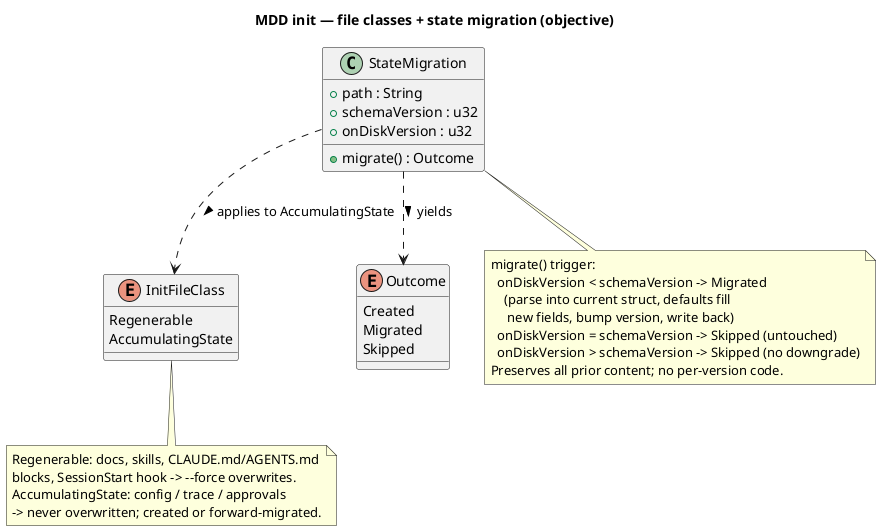
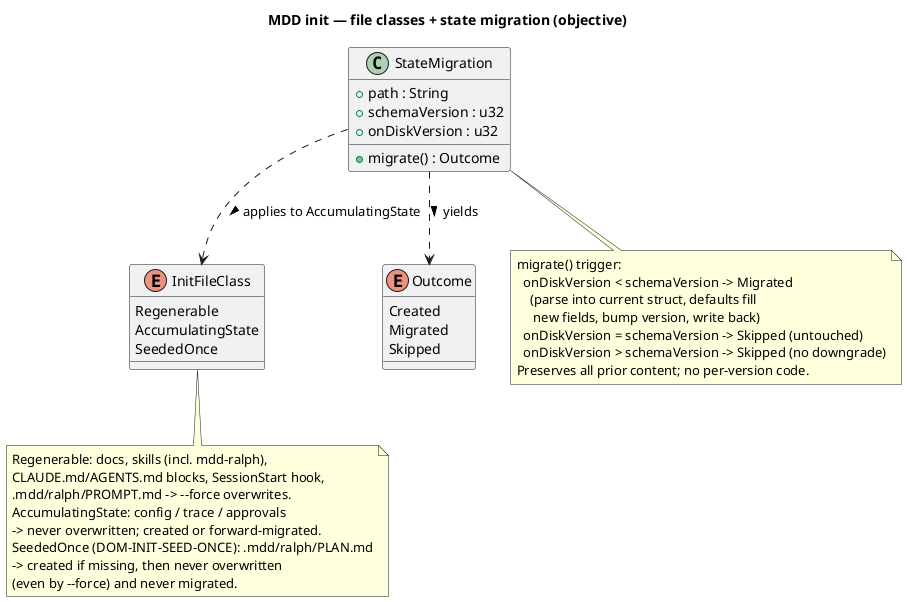
@startuml
' @id(DOM-INIT-FILE-CLASS)
' @desc(DOM-INIT-FILE-CLASS, "The two classes of file `mdd init` manages, which decide overwrite policy. Regenerable = derived purely from the tool's templates and safe to rewrite: the .mdd/docs/*.md, the workflow SKILL.md files, the CLAUDE.md/AGENTS.md managed blocks, and the SessionStart hook. AccumulatingState = the three files that carry user- and cycle-authored content that the tool can never regenerate: config.yml, trace.yml, approvals.yml. --force may overwrite Regenerable files; AccumulatingState is exempt and only ever created or forward-migrated (see DOM-STATE-MIGRATION). This is the conceptual line behind why write_text_if_missing(handler) governs one set and write_yaml_create_or_migrate governs the other.")
' @id(DOM-STATE-MIGRATION)
' @desc(DOM-STATE-MIGRATION, "Forward-only, content-preserving upgrade of one AccumulatingState file. schemaVersion is the version the running tool writes (today 1 for all three, taken from each struct's Default); onDiskVersion is the `version:` read from the existing file. migrate() fires only when onDiskVersion < schemaVersion: the file is deserialized into the current struct (fields added since the file was written fill from #[serde(default)]), `version` is set to schemaVersion, and it is re-serialized — so every prior link/approval/config value survives and only newly-added fields and the version number change. onDiskVersion = schemaVersion leaves the file untouched (idempotent); onDiskVersion > schemaVersion is never downgraded. No per-version migration code: a plain round-trip through the newer struct is the upgrade.")
- ' Objective-side domain for cycle 0018: the file-class policy split and
- ' the round-trip, forward-only state migration that realizes
- ' 'updated for newer versions without being overwritten'.
+ ' @id(DOM-INIT-SEED-ONCE)
+ ' @desc(DOM-INIT-SEED-ONCE, "The third InitFileClass: SeededOnce. A file written from a starter template only when it does not yet exist, and thereafter NEVER touched by init — neither overwritten (not even by --force) nor version-migrated. It differs from Regenerable (which --force overwrites) and from AccumulatingState (which carries a version and is forward-migrated): a SeededOnce file has no schema, no migration, and no overwrite path at all after creation. The motivating instance is .mdd/ralph/PLAN.md, the Ralph plan: anything may author it (the objective-vs-current model gap, a hand-written backlog, another agent) and Ralph consumes and rewrites it, so init must seed it once and then keep its hands off. Realized by a create-if-missing write that, unlike Regenerable files, is never passed the conflict handler — so the --force always-Overwrite handler can never reach it.")
+ ' Objective-side domain for cycle 0018 (file-class split + state
+ ' migration) and cycle 0022 (the SeededOnce class for .mdd/ralph/PLAN.md):
+ ' the overwrite-policy classes and the forward-only state migration.
title MDD init — file classes + state migration (objective)

enum InitFileClass {
  Regenerable
  AccumulatingState
+   SeededOnce
}

class StateMigration {
  + path : String
  + schemaVersion : u32
  + onDiskVersion : u32
  + migrate() : Outcome
}

enum Outcome {
  Created
  Migrated
  Skipped
}

StateMigration ..> InitFileClass : applies to AccumulatingState >
StateMigration ..> Outcome : yields >

note bottom of StateMigration
  migrate() trigger:
    onDiskVersion < schemaVersion -> Migrated
      (parse into current struct, defaults fill
       new fields, bump version, write back)
    onDiskVersion = schemaVersion -> Skipped (untouched)
    onDiskVersion > schemaVersion -> Skipped (no downgrade)
  Preserves all prior content; no per-version code.
end note

note bottom of InitFileClass
-   Regenerable: docs, skills, CLAUDE.md/AGENTS.md
-   blocks, SessionStart hook -> --force overwrites.
+   Regenerable: docs, skills (incl. mdd-ralph),
+   CLAUDE.md/AGENTS.md blocks, SessionStart hook,
+   .mdd/ralph/PROMPT.md -> --force overwrites.
  AccumulatingState: config / trace / approvals
  -> never overwritten; created or forward-migrated.
+   SeededOnce (DOM-INIT-SEED-ONCE): .mdd/ralph/PLAN.md
+   -> created if missing, then never overwritten
+   (even by --force) and never migrated.
end note
@enduml
